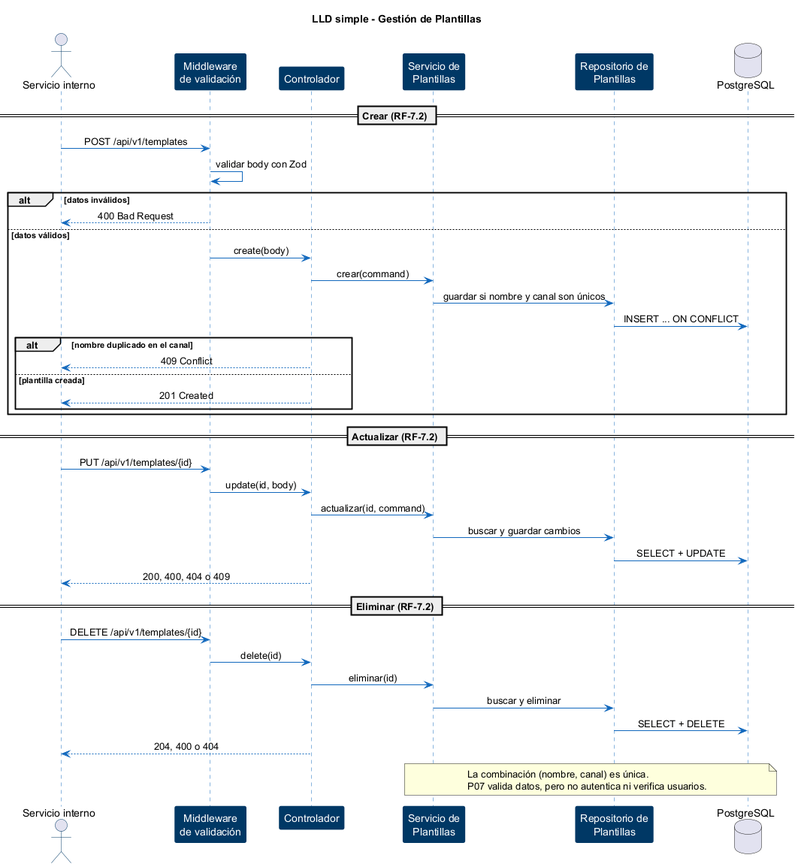
Earlier version of the PlantUML export notificaciones-architecture/diagrams/LLD/plantillas/notificaciones-07-lld-plantillas.png (Frosmin/tigoBootcamp).
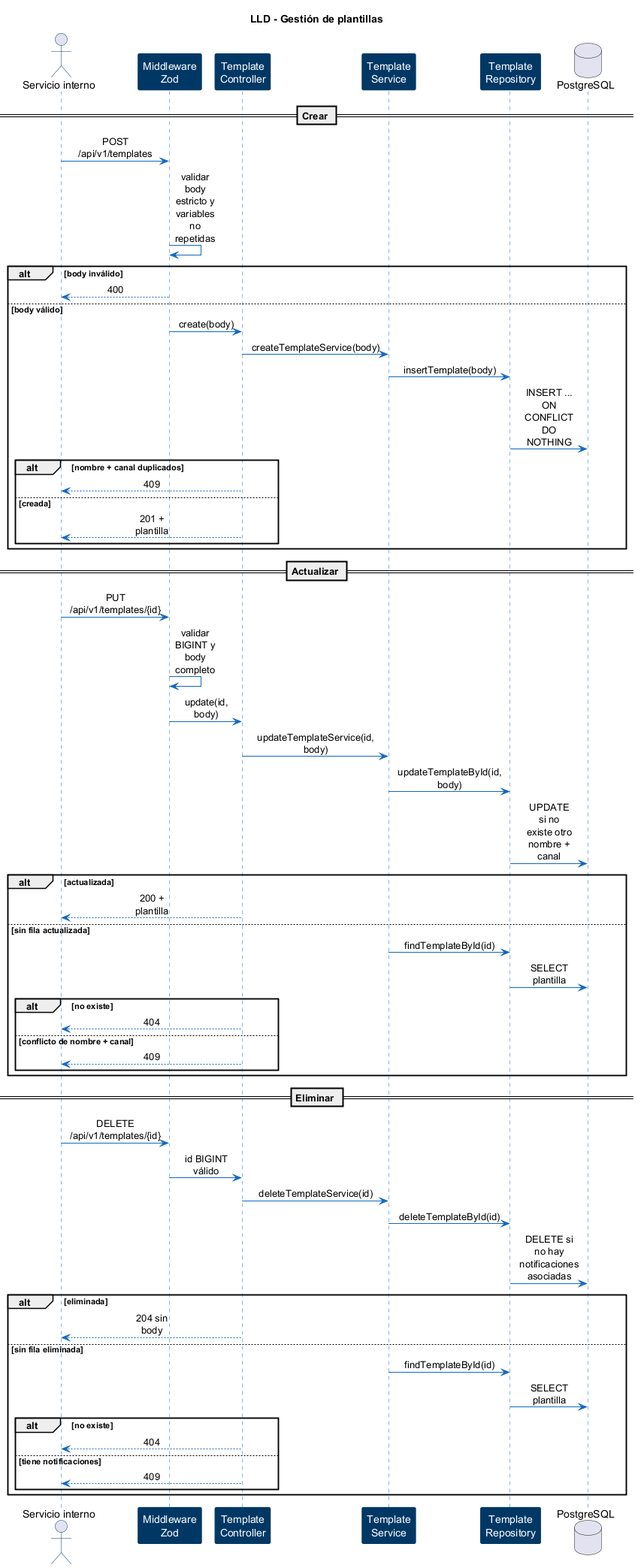
The same diagram one commit later.

Diff of the diagram source:
```diff
@@ -2,6 +2,7 @@
 skinparam backgroundColor #FFFFFF
 skinparam shadowing false
 skinparam sequenceMessageAlign center
+skinparam maxMessageSize 65
 skinparam sequence {
     ArrowColor #1168BD
     LifeLineBorderColor #1168BD
@@ -11,51 +12,67 @@
     ActorBorderColor #003865
 }
 
-title LLD simple - Gestión de Plantillas
+title LLD - Gestión de plantillas
 
 actor "Servicio interno" as emisor
-participant "Middleware\nde validación" as validation
-participant "Controlador" as controller
-participant "Servicio de\nPlantillas" as service
-participant "Repositorio de\nPlantillas" as repository
+participant "Middleware\nZod" as validation
+participant "Template\nController" as controller
+participant "Template\nService" as service
+participant "Template\nRepository" as repository
 database "PostgreSQL" as db
 
-== Crear (RF-7.2) ==
+== Crear ==
 emisor -> validation : POST /api/v1/templates
-validation -> validation : validar body con Zod
-alt datos inválidos
-    validation --> emisor : 400 Bad Request
-else datos válidos
+validation -> validation : validar body estricto y\nvariables no repetidas
+alt body inválido
+    validation --> emisor : 400
+else body válido
     validation -> controller : create(body)
-    controller -> service : crear(command)
-    service -> repository : guardar si nombre y canal son únicos
-    repository -> db : INSERT ... ON CONFLICT
-    alt nombre duplicado en el canal
-        controller --> emisor : 409 Conflict
-    else plantilla creada
-        controller --> emisor : 201 Created
+    controller -> service : createTemplateService(body)
+    service -> repository : insertTemplate(body)
+    repository -> db : INSERT ... ON CONFLICT DO NOTHING
+    alt nombre + canal duplicados
+        controller --> emisor : 409
+    else creada
+        controller --> emisor : 201 + plantilla
     end
 end
 
-== Actualizar (RF-7.2) ==
+== Actualizar ==
 emisor -> validation : PUT /api/v1/templates/{id}
+validation -> validation : validar BIGINT y body completo
 validation -> controller : update(id, body)
-controller -> service : actualizar(id, command)
-service -> repository : buscar y guardar cambios
-repository -> db : SELECT + UPDATE
-controller --> emisor : 200, 400, 404 o 409
+controller -> service : updateTemplateService(id, body)
+service -> repository : updateTemplateById(id, body)
+repository -> db : UPDATE si no existe otro nombre + canal
+alt actualizada
+    controller --> emisor : 200 + plantilla
+else sin fila actualizada
+    service -> repository : findTemplateById(id)
+    repository -> db : SELECT plantilla
+    alt no existe
+        controller --> emisor : 404
+    else conflicto de nombre + canal
+        controller --> emisor : 409
+    end
+end
 
-== Eliminar (RF-7.2) ==
+== Eliminar ==
 emisor -> validation : DELETE /api/v1/templates/{id}
-validation -> controller : delete(id)
-controller -> service : eliminar(id)
-service -> repository : buscar y eliminar
-repository -> db : SELECT + DELETE
-controller --> emisor : 204, 400 o 404
-
-note over service, db
-  La combinación (nombre, canal) es única.
-  P07 valida datos, pero no autentica ni verifica usuarios.
-end note
+validation -> controller : id BIGINT válido
+controller -> service : deleteTemplateService(id)
+service -> repository : deleteTemplateById(id)
+repository -> db : DELETE si no hay notificaciones asociadas
+alt eliminada
+    controller --> emisor : 204 sin body
+else sin fila eliminada
+    service -> repository : findTemplateById(id)
+    repository -> db : SELECT plantilla
+    alt no existe
+        controller --> emisor : 404
+    else tiene notificaciones
+        controller --> emisor : 409
+    end
+end
 
 @enduml
```
